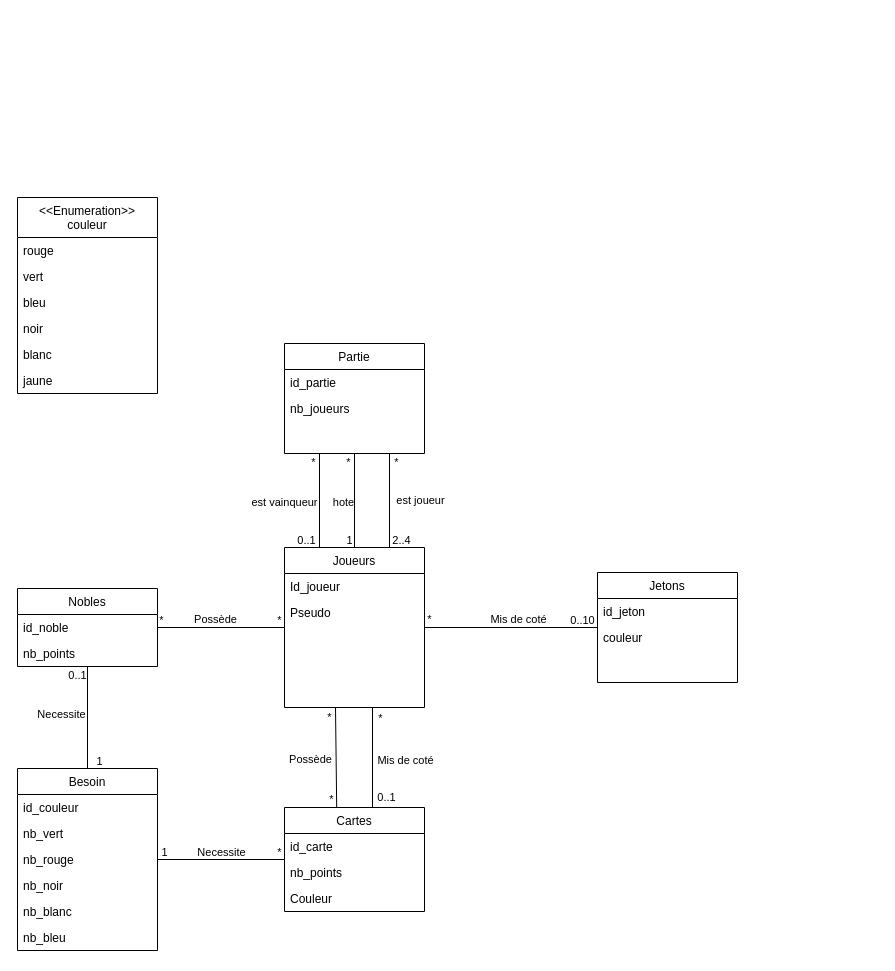
Igniiis/projet_splendor keeps this draw.io diagram as Diagrammes/Diagramme objet.drawio. Above is the earlier version. Source tidied: cells renumbered, new cells numbered last; positions are measured from the earlier drawing's top-left corner, leaving out a move shared by most shapes. Both pictures are drawn from the tidied source at 100%, with x=0, y=0 at pixel (17, 197).
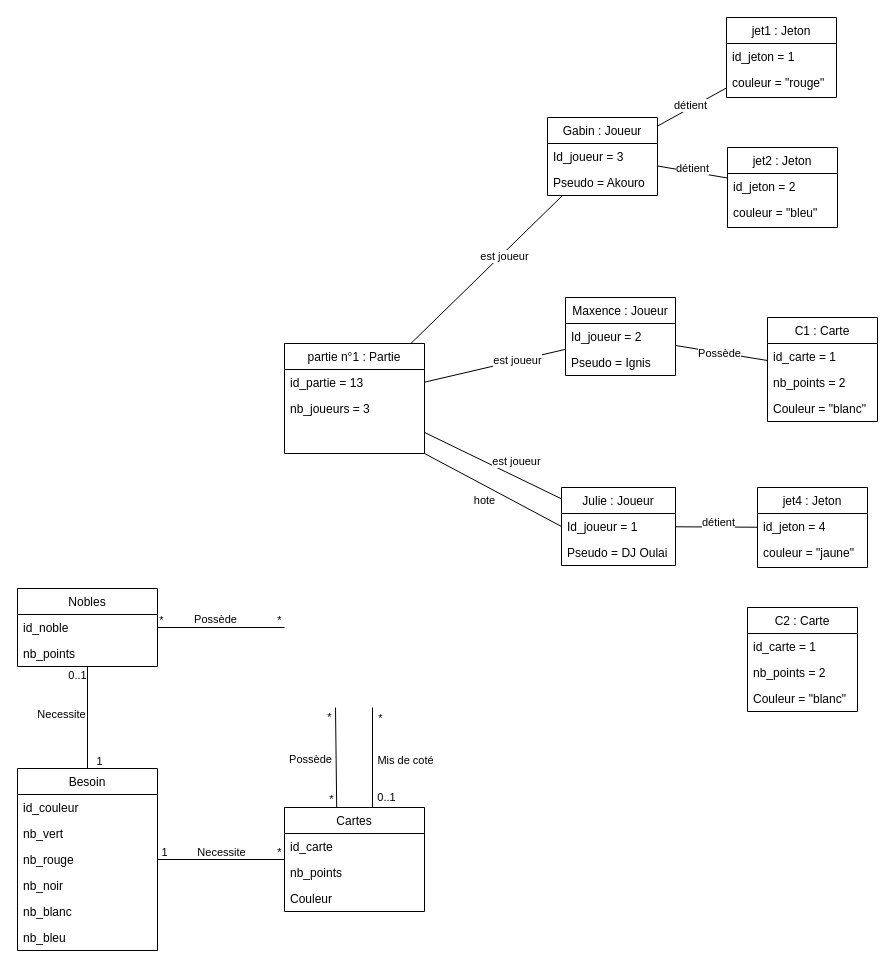
The same diagram, later.

Commit message (it also covers changes not shown here):
Mettre à jour Diagramme objet.drawio

The change refers to these unchanged cells:
```xml
<mxCell id="35" value="Nobles" style="swimlane;fontStyle=0;align=center;verticalAlign=top;horizontal=1;startSize=26;rounded=0;shadow=0;strokeWidth=1;" parent="1" vertex="1">
  <mxGeometry y="391" width="140" height="78" as="geometry" />
</mxCell>
```

What changed in the source:
```diff
@@
-    <mxCell id="2" value="Joueurs" style="swimlane;fontStyle=0;align=center;verticalAlign=top;horizontal=1;startSize=26;rounded=0;shadow=0;strokeWidth=1;" parent="1" vertex="1">
-      <mxGeometry x="267" y="350" width="140" height="160" as="geometry" />
-    </mxCell>
-    <mxCell id="3" value="Id_joueur" style="text;align=left;verticalAlign=top;spacingLeft=4;spacingRight=4;overflow=hidden;" parent="2" vertex="1">
-      <mxGeometry y="26" width="140" height="26" as="geometry" />
-    </mxCell>
-    <mxCell id="4" value="Pseudo" style="text;align=left;verticalAlign=top;spacingLeft=4;spacingRight=4;overflow=hidden;" parent="2" vertex="1">
-      <mxGeometry y="52" width="140" height="26" as="geometry" />
-    </mxCell>
@@
-    <mxCell id="17" value="Jetons" style="swimlane;fontStyle=0;align=center;verticalAlign=top;horizontal=1;startSize=26;rounded=0;shadow=0;strokeWidth=1;" parent="1" vertex="1">
-      <mxGeometry x="580" y="375" width="140" height="110" as="geometry" />
-    </mxCell>
-    <mxCell id="18" value="id_jeton" style="text;align=left;verticalAlign=top;spacingLeft=4;spacingRight=4;overflow=hidden;" parent="17" vertex="1">
-      <mxGeometry y="26" width="140" height="26" as="geometry" />
-    </mxCell>
-    <mxCell id="19" value="couleur" style="text;align=left;verticalAlign=top;spacingLeft=4;spacingRight=4;overflow=hidden;rounded=0;shadow=0;html=0;" parent="17" vertex="1">
-      <mxGeometry y="52" width="140" height="26" as="geometry" />
-    </mxCell>
-    <mxCell id="20" style="endArrow=none;html=1;rounded=0;" parent="1" edge="1" source="2" target="17">
-      <mxGeometry relative="1" as="geometry" />
-    </mxCell>
-    <mxCell id="21" value="Mis de coté" style="edgeLabel;html=1;align=center;verticalAlign=middle;" parent="20" vertex="1">
-      <mxGeometry x="0.11" y="2" relative="1" as="geometry">
-        <mxPoint x="-3" y="-7" as="offset" />
-      </mxGeometry>
-    </mxCell>
-    <mxCell id="22" value="*" style="edgeLabel;html=1;align=center;verticalAlign=middle;" parent="20" vertex="1">
-      <mxGeometry x="0.75" relative="1" as="geometry">
-        <mxPoint x="-147" y="-9" as="offset" />
-      </mxGeometry>
-    </mxCell>
-    <mxCell id="23" value="0..10" style="edgeLabel;html=1;align=center;verticalAlign=middle;" parent="20" vertex="1">
-      <mxGeometry x="0.78" relative="1" as="geometry">
-        <mxPoint x="3" y="-8" as="offset" />
-      </mxGeometry>
-    </mxCell>
-    <mxCell id="24" style="endArrow=none;html=1;rounded=0;exitX=0.75;exitY=1;exitDx=0;exitDy=0;entryX=0.75;entryY=0;entryDx=0;entryDy=0;" parent="1" edge="1" source="28" target="2">
+    <mxCell id="24" style="endArrow=none;html=1;rounded=0;" parent="1" edge="1" source="28" target="74">
       <mxGeometry relative="1" as="geometry" />
     </mxCell>
     <mxCell id="25" value="est joueur" style="edgeLabel;html=1;align=center;verticalAlign=middle;" parent="24" vertex="1">
       <mxGeometry x="0.11" y="2" relative="1" as="geometry">
-        <mxPoint x="28" y="-6" as="offset" />
+        <mxPoint x="14" y="-7" as="offset" />
       </mxGeometry>
     </mxCell>
-    <mxCell id="26" value="*" style="edgeLabel;html=1;align=center;verticalAlign=middle;" parent="24" vertex="1">
-      <mxGeometry x="0.75" relative="1" as="geometry">
-        <mxPoint x="6" y="-74" as="offset" />
-      </mxGeometry>
-    </mxCell>
-    <mxCell id="27" value="2..4" style="edgeLabel;html=1;align=center;verticalAlign=middle;" parent="24" vertex="1">
-      <mxGeometry x="0.78" relative="1" as="geometry">
-        <mxPoint x="11" y="2" as="offset" />
-      </mxGeometry>
-    </mxCell>
-    <mxCell id="28" value="Partie" style="swimlane;fontStyle=0;align=center;verticalAlign=top;horizontal=1;startSize=26;rounded=0;shadow=0;strokeWidth=1;" parent="1" vertex="1">
+    <mxCell id="28" value="partie n°1 : Partie" style="swimlane;fontStyle=0;align=center;verticalAlign=top;horizontal=1;startSize=26;rounded=0;shadow=0;strokeWidth=1;" parent="1" vertex="1">
       <mxGeometry x="267" y="146" width="140" height="110" as="geometry" />
     </mxCell>
-    <mxCell id="29" value="id_partie" style="text;align=left;verticalAlign=top;spacingLeft=4;spacingRight=4;overflow=hidden;" parent="28" vertex="1">
+    <mxCell id="29" value="id_partie = 13" style="text;align=left;verticalAlign=top;spacingLeft=4;spacingRight=4;overflow=hidden;" parent="28" vertex="1">
       <mxGeometry y="26" width="140" height="26" as="geometry" />
     </mxCell>
-    <mxCell id="30" value="nb_joueurs" style="text;align=left;verticalAlign=top;spacingLeft=4;spacingRight=4;overflow=hidden;rounded=0;shadow=0;html=0;" parent="28" vertex="1">
+    <mxCell id="30" value="nb_joueurs = 3" style="text;align=left;verticalAlign=top;spacingLeft=4;spacingRight=4;overflow=hidden;rounded=0;shadow=0;html=0;" parent="28" vertex="1">
       <mxGeometry y="52" width="140" height="26" as="geometry" />
     </mxCell>
-    <mxCell id="31" style="endArrow=none;html=1;rounded=0;exitX=0.25;exitY=1;exitDx=0;exitDy=0;entryX=0.25;entryY=0;entryDx=0;entryDy=0;" parent="1" edge="1" source="28" target="2">
-      <mxGeometry relative="1" as="geometry" />
-    </mxCell>
-    <mxCell id="32" value="est vainqueur" style="edgeLabel;html=1;align=center;verticalAlign=middle;" parent="31" vertex="1">
-      <mxGeometry x="0.11" y="2" relative="1" as="geometry">
-        <mxPoint x="-38" y="-4" as="offset" />
-      </mxGeometry>
-    </mxCell>
-    <mxCell id="33" value="*" style="edgeLabel;html=1;align=center;verticalAlign=middle;" parent="31" vertex="1">
-      <mxGeometry x="0.75" relative="1" as="geometry">
-        <mxPoint x="-7" y="-74" as="offset" />
-      </mxGeometry>
-    </mxCell>
-    <mxCell id="34" value="0..1" style="edgeLabel;html=1;align=center;verticalAlign=middle;" parent="31" vertex="1">
-      <mxGeometry x="0.78" relative="1" as="geometry">
-        <mxPoint x="-14" y="2" as="offset" />
-      </mxGeometry>
-    </mxCell>
@@
-    <mxCell id="38" style="endArrow=none;html=1;rounded=0;" parent="1" edge="1" source="35" target="2">
-      <mxGeometry relative="1" as="geometry" />
+    <mxCell id="38" style="endArrow=none;html=1;rounded=0;" parent="1" edge="1" source="35">
+      <mxGeometry relative="1" as="geometry">
+        <mxPoint x="267" y="430" as="targetPoint" />
+      </mxGeometry>
     </mxCell>
@@
-    <mxCell id="42" style="endArrow=none;html=1;rounded=0;" parent="1" edge="1" source="28" target="2">
+    <mxCell id="42" style="endArrow=none;html=1;rounded=0;exitX=1;exitY=1;exitDx=0;exitDy=0;entryX=0;entryY=0.5;entryDx=0;entryDy=0;" parent="1" edge="1" source="28" target="75">
       <mxGeometry relative="1" as="geometry" />
     </mxCell>
     <mxCell id="43" value="hote" style="edgeLabel;html=1;align=center;verticalAlign=middle;" parent="42" vertex="1">
       <mxGeometry x="0.11" y="2" relative="1" as="geometry">
-        <mxPoint x="-14" y="-4" as="offset" />
+        <mxPoint x="-17" y="8" as="offset" />
       </mxGeometry>
     </mxCell>
-    <mxCell id="44" value="*" style="edgeLabel;html=1;align=center;verticalAlign=middle;" parent="42" vertex="1">
-      <mxGeometry x="0.75" relative="1" as="geometry">
-        <mxPoint x="-7" y="-74" as="offset" />
-      </mxGeometry>
-    </mxCell>
-    <mxCell id="45" value="1" style="edgeLabel;html=1;align=center;verticalAlign=middle;" parent="42" vertex="1">
-      <mxGeometry x="0.78" relative="1" as="geometry">
-        <mxPoint x="-6" y="2" as="offset" />
-      </mxGeometry>
-    </mxCell>
@@
-    <mxCell id="61" value="&lt;&lt;Enumeration&gt;&gt;&#10;couleur" style="swimlane;fontStyle=0;align=center;verticalAlign=top;horizontal=1;startSize=40;rounded=0;shadow=0;strokeWidth=1;" parent="1" vertex="1">
-      <mxGeometry width="140" height="196" as="geometry" />
-    </mxCell>
-    <mxCell id="62" value="rouge" style="text;align=left;verticalAlign=top;spacingLeft=4;spacingRight=4;overflow=hidden;" parent="61" vertex="1">
-      <mxGeometry y="40" width="140" height="26" as="geometry" />
-    </mxCell>
-    <mxCell id="63" value="vert" style="text;align=left;verticalAlign=top;spacingLeft=4;spacingRight=4;overflow=hidden;rounded=0;shadow=0;html=0;" parent="61" vertex="1">
-      <mxGeometry y="66" width="140" height="26" as="geometry" />
-    </mxCell>
-    <mxCell id="64" value="bleu" style="text;align=left;verticalAlign=top;spacingLeft=4;spacingRight=4;overflow=hidden;rounded=0;shadow=0;html=0;" parent="61" vertex="1">
-      <mxGeometry y="92" width="140" height="26" as="geometry" />
-    </mxCell>
-    <mxCell id="65" value="noir" style="text;align=left;verticalAlign=top;spacingLeft=4;spacingRight=4;overflow=hidden;rounded=0;shadow=0;html=0;" parent="61" vertex="1">
-      <mxGeometry y="118" width="140" height="26" as="geometry" />
-    </mxCell>
-    <mxCell id="66" value="blanc" style="text;align=left;verticalAlign=top;spacingLeft=4;spacingRight=4;overflow=hidden;rounded=0;shadow=0;html=0;" parent="61" vertex="1">
-      <mxGeometry y="144" width="140" height="26" as="geometry" />
-    </mxCell>
-    <mxCell id="67" value="jaune" style="text;align=left;verticalAlign=top;spacingLeft=4;spacingRight=4;overflow=hidden;rounded=0;shadow=0;html=0;" parent="61" vertex="1">
-      <mxGeometry y="170" width="140" height="26" as="geometry" />
-    </mxCell>
+    <mxCell id="68" value="Gabin : Joueur" style="swimlane;fontStyle=0;align=center;verticalAlign=top;horizontal=1;startSize=26;rounded=0;shadow=0;strokeWidth=1;" parent="1" vertex="1">
+      <mxGeometry x="530" y="-80" width="110" height="78" as="geometry" />
+    </mxCell>
+    <mxCell id="69" value="Id_joueur = 3" style="text;align=left;verticalAlign=top;spacingLeft=4;spacingRight=4;overflow=hidden;" parent="68" vertex="1">
+      <mxGeometry y="26" width="110" height="26" as="geometry" />
+    </mxCell>
+    <mxCell id="70" value="Pseudo = Akouro" style="text;align=left;verticalAlign=top;spacingLeft=4;spacingRight=4;overflow=hidden;" parent="68" vertex="1">
+      <mxGeometry y="52" width="110" height="26" as="geometry" />
+    </mxCell>
+    <mxCell id="71" value="Maxence : Joueur" style="swimlane;fontStyle=0;align=center;verticalAlign=top;horizontal=1;startSize=26;rounded=0;shadow=0;strokeWidth=1;" parent="1" vertex="1">
+      <mxGeometry x="548" y="100" width="110" height="78" as="geometry" />
+    </mxCell>
+    <mxCell id="72" value="Id_joueur = 2" style="text;align=left;verticalAlign=top;spacingLeft=4;spacingRight=4;overflow=hidden;" parent="71" vertex="1">
+      <mxGeometry y="26" width="110" height="26" as="geometry" />
+    </mxCell>
+    <mxCell id="73" value="Pseudo = Ignis" style="text;align=left;verticalAlign=top;spacingLeft=4;spacingRight=4;overflow=hidden;" parent="71" vertex="1">
+      <mxGeometry y="52" width="110" height="26" as="geometry" />
+    </mxCell>
+    <mxCell id="74" value="Julie : Joueur" style="swimlane;fontStyle=0;align=center;verticalAlign=top;horizontal=1;startSize=26;rounded=0;shadow=0;strokeWidth=1;" parent="1" vertex="1">
+      <mxGeometry x="544" y="290" width="114" height="78" as="geometry" />
+    </mxCell>
+    <mxCell id="75" value="Id_joueur = 1" style="text;align=left;verticalAlign=top;spacingLeft=4;spacingRight=4;overflow=hidden;points=[[0,0.5],[1,0.5]];portConstraint=eastwest;" parent="74" vertex="1">
+      <mxGeometry y="26" width="114" height="26" as="geometry" />
+    </mxCell>
+    <mxCell id="76" value="Pseudo = DJ Oulai" style="text;align=left;verticalAlign=top;spacingLeft=4;spacingRight=4;overflow=hidden;" parent="74" vertex="1">
+      <mxGeometry y="52" width="114" height="26" as="geometry" />
+    </mxCell>
+    <mxCell id="77" style="endArrow=none;html=1;rounded=0;" parent="1" edge="1" source="28" target="71">
+      <mxGeometry relative="1" as="geometry" />
+    </mxCell>
+    <mxCell id="78" value="est joueur" style="edgeLabel;html=1;align=center;verticalAlign=middle;" parent="77" vertex="1">
+      <mxGeometry x="0.11" y="2" relative="1" as="geometry">
+        <mxPoint x="15" y="-2" as="offset" />
+      </mxGeometry>
+    </mxCell>
+    <mxCell id="79" style="endArrow=none;html=1;rounded=0;" parent="1" edge="1" source="28" target="68">
+      <mxGeometry relative="1" as="geometry" />
+    </mxCell>
+    <mxCell id="80" value="est joueur" style="edgeLabel;html=1;align=center;verticalAlign=middle;" parent="79" vertex="1">
+      <mxGeometry x="0.11" y="2" relative="1" as="geometry">
+        <mxPoint x="10" y="-4" as="offset" />
+      </mxGeometry>
+    </mxCell>
+    <mxCell id="81" value="jet1 : Jeton" style="swimlane;fontStyle=0;align=center;verticalAlign=top;horizontal=1;startSize=26;rounded=0;shadow=0;strokeWidth=1;" parent="1" vertex="1">
+      <mxGeometry x="709" y="-180" width="110" height="80" as="geometry" />
+    </mxCell>
+    <mxCell id="82" value="id_jeton = 1" style="text;align=left;verticalAlign=top;spacingLeft=4;spacingRight=4;overflow=hidden;" parent="81" vertex="1">
+      <mxGeometry y="26" width="110" height="26" as="geometry" />
+    </mxCell>
+    <mxCell id="83" value="couleur = &quot;rouge&quot;" style="text;align=left;verticalAlign=top;spacingLeft=4;spacingRight=4;overflow=hidden;rounded=0;shadow=0;html=0;" parent="81" vertex="1">
+      <mxGeometry y="52" width="110" height="26" as="geometry" />
+    </mxCell>
+    <mxCell id="84" value="jet2 : Jeton" style="swimlane;fontStyle=0;align=center;verticalAlign=top;horizontal=1;startSize=26;rounded=0;shadow=0;strokeWidth=1;" parent="1" vertex="1">
+      <mxGeometry x="710" y="-50" width="110" height="80" as="geometry" />
+    </mxCell>
+    <mxCell id="85" value="id_jeton = 2" style="text;align=left;verticalAlign=top;spacingLeft=4;spacingRight=4;overflow=hidden;" parent="84" vertex="1">
+      <mxGeometry y="26" width="110" height="26" as="geometry" />
+    </mxCell>
+    <mxCell id="86" value="couleur = &quot;bleu&quot;" style="text;align=left;verticalAlign=top;spacingLeft=4;spacingRight=4;overflow=hidden;rounded=0;shadow=0;html=0;" parent="84" vertex="1">
+      <mxGeometry y="52" width="110" height="26" as="geometry" />
+    </mxCell>
+    <mxCell id="87" style="endArrow=none;html=1;rounded=0;" parent="1" edge="1" source="68" target="81">
+      <mxGeometry relative="1" as="geometry" />
+    </mxCell>
+    <mxCell id="88" value="détient" style="edgeLabel;html=1;align=center;verticalAlign=middle;labelBackgroundColor=default;" parent="87" vertex="1">
+      <mxGeometry x="0.11" y="2" relative="1" as="geometry">
+        <mxPoint x="-5" y="2" as="offset" />
+      </mxGeometry>
+    </mxCell>
+    <mxCell id="89" style="endArrow=none;html=1;rounded=0;" parent="1" edge="1" source="68" target="84">
+      <mxGeometry relative="1" as="geometry" />
+    </mxCell>
+    <mxCell id="90" value="détient" style="edgeLabel;html=1;align=center;verticalAlign=middle;" parent="89" vertex="1">
+      <mxGeometry x="0.11" y="2" relative="1" as="geometry">
+        <mxPoint x="-4" y="-3" as="offset" />
+      </mxGeometry>
+    </mxCell>
+    <mxCell id="91" value="jet4 : Jeton" style="swimlane;fontStyle=0;align=center;verticalAlign=top;horizontal=1;startSize=26;rounded=0;shadow=0;strokeWidth=1;" parent="1" vertex="1">
+      <mxGeometry x="740" y="290" width="110" height="80" as="geometry" />
+    </mxCell>
+    <mxCell id="92" value="id_jeton = 4" style="text;align=left;verticalAlign=top;spacingLeft=4;spacingRight=4;overflow=hidden;" parent="91" vertex="1">
+      <mxGeometry y="26" width="110" height="26" as="geometry" />
+    </mxCell>
+    <mxCell id="93" value="couleur = &quot;jaune&quot;" style="text;align=left;verticalAlign=top;spacingLeft=4;spacingRight=4;overflow=hidden;rounded=0;shadow=0;html=0;" parent="91" vertex="1">
+      <mxGeometry y="52" width="110" height="26" as="geometry" />
+    </mxCell>
+    <mxCell id="94" style="endArrow=none;html=1;rounded=0;" parent="1" edge="1" source="74" target="91">
+      <mxGeometry relative="1" as="geometry" />
+    </mxCell>
+    <mxCell id="95" value="détient" style="edgeLabel;html=1;align=center;verticalAlign=middle;" parent="94" vertex="1">
+      <mxGeometry x="0.11" y="2" relative="1" as="geometry">
+        <mxPoint x="-4" y="-3" as="offset" />
+      </mxGeometry>
+    </mxCell>
+    <mxCell id="96" value="C1 : Carte" style="swimlane;fontStyle=0;align=center;verticalAlign=top;horizontal=1;startSize=26;rounded=0;shadow=0;strokeWidth=1;" parent="1" vertex="1">
+      <mxGeometry x="750" y="120" width="110" height="104" as="geometry" />
+    </mxCell>
+    <mxCell id="97" value="id_carte = 1" style="text;align=left;verticalAlign=top;spacingLeft=4;spacingRight=4;overflow=hidden;" parent="96" vertex="1">
+      <mxGeometry y="26" width="110" height="26" as="geometry" />
+    </mxCell>
+    <mxCell id="98" value="nb_points = 2" style="text;align=left;verticalAlign=top;spacingLeft=4;spacingRight=4;overflow=hidden;" parent="96" vertex="1">
+      <mxGeometry y="52" width="110" height="26" as="geometry" />
+    </mxCell>
+    <mxCell id="99" value="Couleur = &quot;blanc&quot;" style="text;align=left;verticalAlign=top;spacingLeft=4;spacingRight=4;overflow=hidden;" parent="96" vertex="1">
+      <mxGeometry y="78" width="110" height="26" as="geometry" />
+    </mxCell>
+    <mxCell id="100" style="endArrow=none;html=1;rounded=0;" parent="1" edge="1" source="71" target="96">
+      <mxGeometry relative="1" as="geometry" />
+    </mxCell>
+    <mxCell id="101" value="Possède" style="edgeLabel;html=1;align=center;verticalAlign=middle;" parent="100" vertex="1">
+      <mxGeometry x="0.11" y="2" relative="1" as="geometry">
+        <mxPoint x="-8" y="1" as="offset" />
+      </mxGeometry>
+    </mxCell>
+    <mxCell id="102" value="C2 : Carte" style="swimlane;fontStyle=0;align=center;verticalAlign=top;horizontal=1;startSize=26;rounded=0;shadow=0;strokeWidth=1;" parent="1" vertex="1">
+      <mxGeometry x="730" y="410" width="110" height="104" as="geometry" />
+    </mxCell>
+    <mxCell id="103" value="id_carte = 1" style="text;align=left;verticalAlign=top;spacingLeft=4;spacingRight=4;overflow=hidden;" parent="102" vertex="1">
+      <mxGeometry y="26" width="110" height="26" as="geometry" />
+    </mxCell>
+    <mxCell id="104" value="nb_points = 2" style="text;align=left;verticalAlign=top;spacingLeft=4;spacingRight=4;overflow=hidden;" parent="102" vertex="1">
+      <mxGeometry y="52" width="110" height="26" as="geometry" />
+    </mxCell>
+    <mxCell id="105" value="Couleur = &quot;blanc&quot;" style="text;align=left;verticalAlign=top;spacingLeft=4;spacingRight=4;overflow=hidden;" parent="102" vertex="1">
+      <mxGeometry y="78" width="110" height="26" as="geometry" />
+    </mxCell>
```
